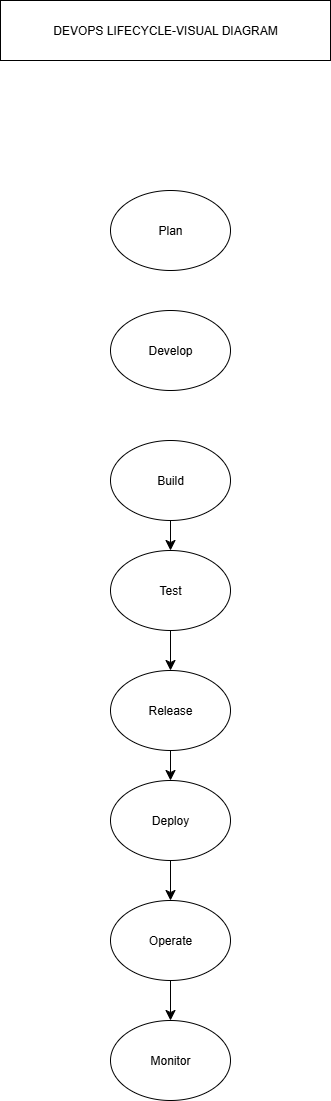
Revathi-kilari71/firstdevop.txt keeps this draw.io diagram as visualize.drawio.png. Above is the earlier version. Source tidied: cells renumbered, new cells last; positions are measured from the earlier drawing's top-left corner, leaving out a move shared by most shapes. Its diagram source:
```xml
<mxGraphModel>
  <root>
    <mxCell id="0" />
    <mxCell id="1" parent="0" />
    <mxCell id="2" value="Plan" style="ellipse;whiteSpace=wrap;html=1;" parent="1" vertex="1">
      <mxGeometry x="110" y="190" width="120" height="80" as="geometry" />
    </mxCell>
    <mxCell id="3" value="Develop" style="ellipse;whiteSpace=wrap;html=1;" parent="1" vertex="1">
      <mxGeometry x="110" y="310" width="120" height="80" as="geometry" />
    </mxCell>
    <mxCell id="4" style="edgeStyle=none;curved=1;rounded=0;jettySize=auto;html=1;exitX=0.5;exitY=1;exitDx=0;exitDy=0;entryX=0.5;entryY=0;entryDx=0;entryDy=0;fontSize=12;startSize=8;endSize=8;" parent="1" edge="1" source="5" target="7">
      <mxGeometry relative="1" as="geometry" />
    </mxCell>
    <mxCell id="5" value="Build" style="ellipse;whiteSpace=wrap;html=1;" parent="1" vertex="1">
      <mxGeometry x="110" y="440" width="120" height="80" as="geometry" />
    </mxCell>
    <mxCell id="6" style="edgeStyle=none;curved=1;rounded=0;jettySize=auto;html=1;exitX=0.5;exitY=1;exitDx=0;exitDy=0;entryX=0.5;entryY=0;entryDx=0;entryDy=0;fontSize=12;startSize=8;endSize=8;" parent="1" edge="1" source="7" target="9">
      <mxGeometry relative="1" as="geometry" />
    </mxCell>
    <mxCell id="7" value="Test" style="ellipse;whiteSpace=wrap;html=1;" parent="1" vertex="1">
      <mxGeometry x="110" y="550" width="120" height="80" as="geometry" />
    </mxCell>
    <mxCell id="8" style="edgeStyle=none;curved=1;rounded=0;jettySize=auto;html=1;exitX=0.5;exitY=1;exitDx=0;exitDy=0;entryX=0.5;entryY=0;entryDx=0;entryDy=0;fontSize=12;startSize=8;endSize=8;" parent="1" edge="1" source="9" target="11">
      <mxGeometry relative="1" as="geometry" />
    </mxCell>
    <mxCell id="9" value="Release" style="ellipse;whiteSpace=wrap;html=1;" parent="1" vertex="1">
      <mxGeometry x="110" y="670" width="120" height="80" as="geometry" />
    </mxCell>
    <mxCell id="10" style="edgeStyle=none;curved=1;rounded=0;jettySize=auto;html=1;exitX=0.5;exitY=1;exitDx=0;exitDy=0;entryX=0.5;entryY=0;entryDx=0;entryDy=0;fontSize=12;startSize=8;endSize=8;" parent="1" edge="1" source="11" target="13">
      <mxGeometry relative="1" as="geometry" />
    </mxCell>
    <mxCell id="11" value="Deploy" style="ellipse;whiteSpace=wrap;html=1;" parent="1" vertex="1">
      <mxGeometry x="110" y="780" width="120" height="80" as="geometry" />
    </mxCell>
    <mxCell id="12" style="edgeStyle=none;curved=1;rounded=0;jettySize=auto;html=1;exitX=0.5;exitY=1;exitDx=0;exitDy=0;entryX=0.5;entryY=0;entryDx=0;entryDy=0;fontSize=12;startSize=8;endSize=8;" parent="1" edge="1" source="13" target="14">
      <mxGeometry relative="1" as="geometry" />
    </mxCell>
    <mxCell id="13" value="Operate" style="ellipse;whiteSpace=wrap;html=1;" parent="1" vertex="1">
      <mxGeometry x="110" y="900" width="120" height="80" as="geometry" />
    </mxCell>
    <mxCell id="14" value="Monitor" style="ellipse;whiteSpace=wrap;html=1;" parent="1" vertex="1">
      <mxGeometry x="110" y="1020" width="120" height="80" as="geometry" />
    </mxCell>
    <mxCell id="15" value="DEVOPS LIFECYCLE-VISUAL DIAGRAM" style="whiteSpace=wrap;html=1;" parent="1" vertex="1">
      <mxGeometry width="330" height="60" as="geometry" />
    </mxCell>
  </root>
</mxGraphModel>
```
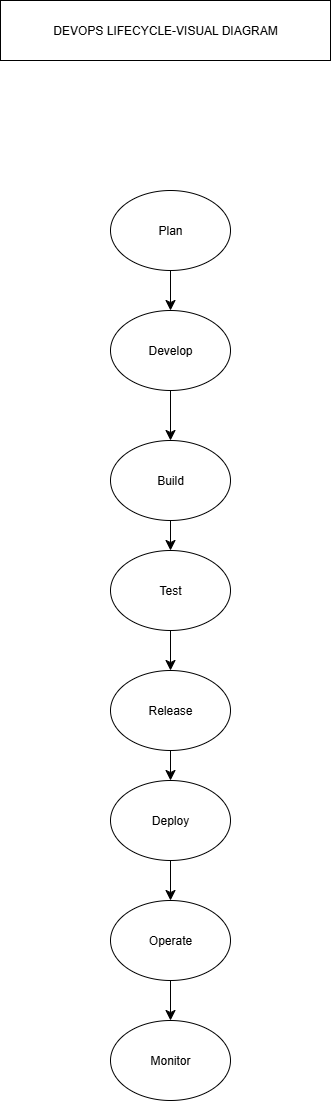
After the change.

Diff of the diagram source:
```diff
@@ -2,9 +2,15 @@
   <root>
     <mxCell id="0" />
     <mxCell id="1" parent="0" />
+    <mxCell id="16" style="edgeStyle=none;curved=1;rounded=0;jettySize=auto;html=1;exitX=0.5;exitY=1;exitDx=0;exitDy=0;entryX=0.5;entryY=0;entryDx=0;entryDy=0;fontSize=12;startSize=8;endSize=8;" parent="1" edge="1" source="2" target="3">
+      <mxGeometry relative="1" as="geometry" />
+    </mxCell>
     <mxCell id="2" value="Plan" style="ellipse;whiteSpace=wrap;html=1;" parent="1" vertex="1">
       <mxGeometry x="110" y="190" width="120" height="80" as="geometry" />
     </mxCell>
+    <mxCell id="17" style="edgeStyle=none;curved=1;rounded=0;jettySize=auto;html=1;exitX=0.5;exitY=1;exitDx=0;exitDy=0;entryX=0.5;entryY=0;entryDx=0;entryDy=0;fontSize=12;startSize=8;endSize=8;" parent="1" edge="1" source="3" target="5">
+      <mxGeometry relative="1" as="geometry" />
+    </mxCell>
     <mxCell id="3" value="Develop" style="ellipse;whiteSpace=wrap;html=1;" parent="1" vertex="1">
       <mxGeometry x="110" y="310" width="120" height="80" as="geometry" />
     </mxCell>
```
